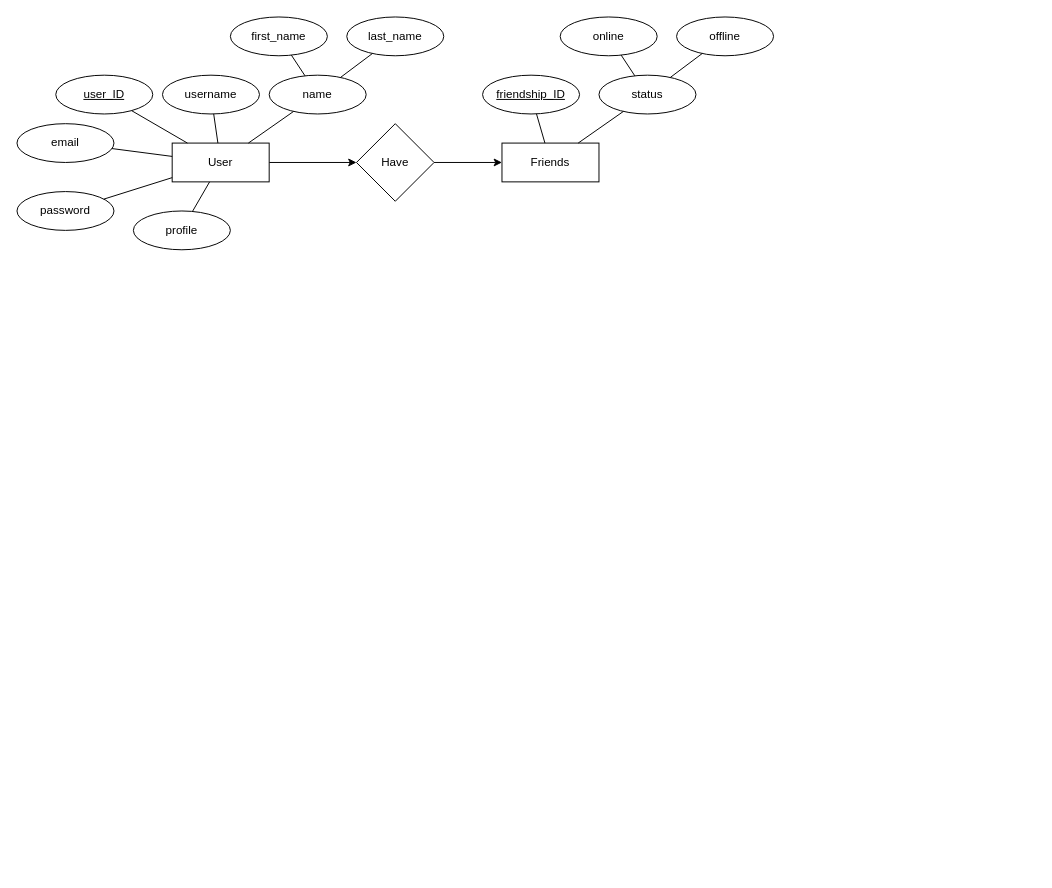
Before: Draw.io/ChatApplication.drawio in Vishwanath61/21CS210-DBMS-LAB, a draw.io diagram. Source tidied: cells renumbered, new cells numbered last; positions are measured from the earlier drawing's top-left corner, leaving out a move shared by most shapes. Both pictures are drawn from the tidied source at 97%, with x=0, y=0 at pixel (16, 16).
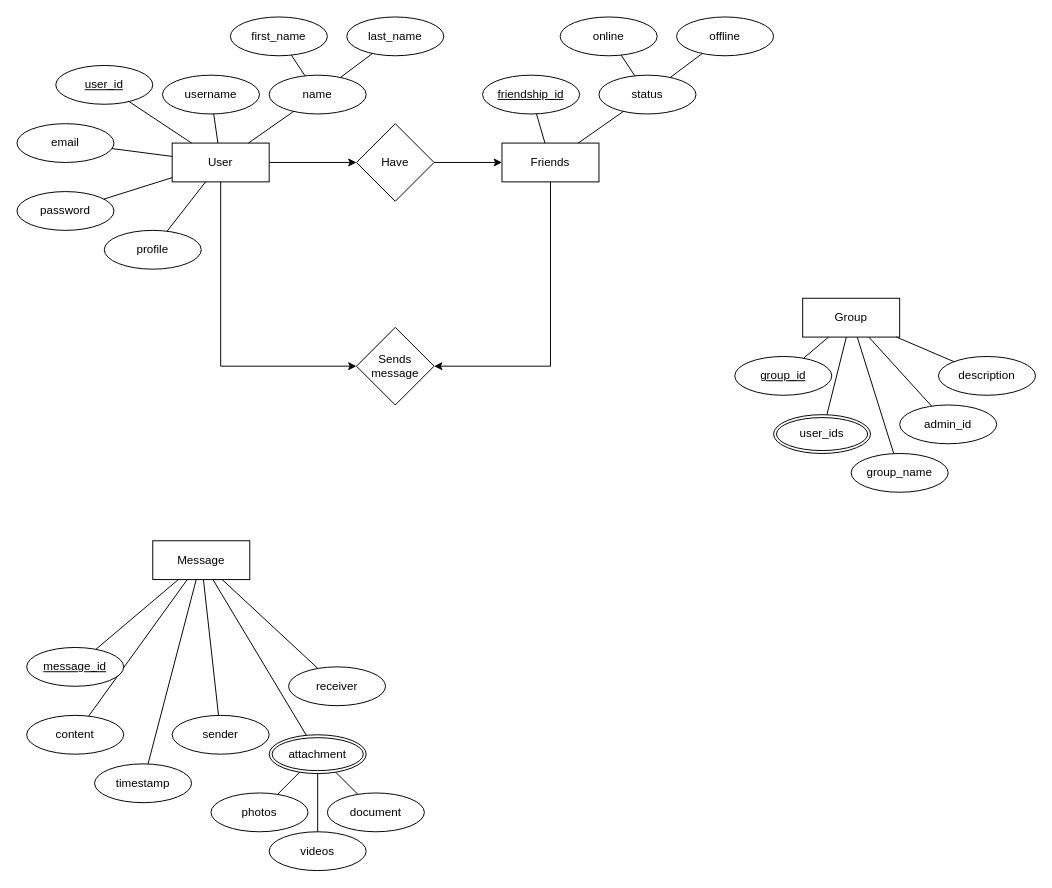
The same page after the edit.

The edit, as a diff of the source:
```diff
@@
-    <mxCell id="5" style="group;" parent="1" vertex="1">
-      <mxGeometry width="440" height="240" as="geometry" />
-    </mxCell>
+    <mxCell id="23" style="group;" parent="1" vertex="1">
+      <mxGeometry x="480" width="300" height="170" as="geometry" />
+    </mxCell>
+    <mxCell id="24" value="Friends" style="whiteSpace=wrap;html=1;" parent="23" vertex="1">
+      <mxGeometry x="20" y="130" width="100" height="40" as="geometry" />
+    </mxCell>
+    <mxCell id="25" value="friendship_id" style="ellipse;whiteSpace=wrap;html=1;align=center;fontStyle=4;" parent="23" vertex="1">
+      <mxGeometry y="60" width="100" height="40" as="geometry" />
+    </mxCell>
+    <mxCell id="26" value="status" style="ellipse;whiteSpace=wrap;html=1;align=center;" parent="23" vertex="1">
+      <mxGeometry x="120" y="60" width="100" height="40" as="geometry" />
+    </mxCell>
+    <mxCell id="27" value="offline" style="ellipse;whiteSpace=wrap;html=1;align=center;" parent="23" vertex="1">
+      <mxGeometry x="200" width="100" height="40" as="geometry" />
+    </mxCell>
+    <mxCell id="28" value="online" style="ellipse;whiteSpace=wrap;html=1;align=center;" parent="23" vertex="1">
+      <mxGeometry x="80" width="100" height="40" as="geometry" />
+    </mxCell>
+    <mxCell id="29" style="endArrow=none;html=1;rounded=0;" parent="23" edge="1" source="24" target="26">
+      <mxGeometry relative="1" as="geometry" />
+    </mxCell>
+    <mxCell id="30" style="endArrow=none;html=1;rounded=0;" parent="23" edge="1" source="25" target="24">
+      <mxGeometry relative="1" as="geometry" />
+    </mxCell>
+    <mxCell id="31" style="endArrow=none;html=1;rounded=0;" parent="23" edge="1" source="26" target="27">
+      <mxGeometry relative="1" as="geometry" />
+    </mxCell>
+    <mxCell id="32" style="endArrow=none;html=1;rounded=0;" parent="23" edge="1" source="26" target="28">
+      <mxGeometry relative="1" as="geometry" />
+    </mxCell>
+    <mxCell id="33" style="group;" parent="1" vertex="1">
+      <mxGeometry width="440" height="260" as="geometry" />
+    </mxCell>
-    <mxCell id="6" value="User" style="whiteSpace=wrap;html=1;align=center;" parent="5" vertex="1">
+    <mxCell id="6" value="User" style="whiteSpace=wrap;html=1;align=center;" parent="33" vertex="1">
       <mxGeometry x="160" y="130" width="100" height="40" as="geometry" />
     </mxCell>
-    <mxCell id="7" value="user_ID" style="ellipse;whiteSpace=wrap;html=1;align=center;fontStyle=4;" parent="5" vertex="1">
-      <mxGeometry x="40" y="60" width="100" height="40" as="geometry" />
+    <mxCell id="7" value="user_id" style="ellipse;whiteSpace=wrap;html=1;align=center;fontStyle=4;" parent="33" vertex="1">
+      <mxGeometry x="40" y="50" width="100" height="40" as="geometry" />
     </mxCell>
-    <mxCell id="8" value="last_name" style="ellipse;whiteSpace=wrap;html=1;align=center;" parent="5" vertex="1">
+    <mxCell id="8" value="last_name" style="ellipse;whiteSpace=wrap;html=1;align=center;" parent="33" vertex="1">
       <mxGeometry x="340" width="100" height="40" as="geometry" />
     </mxCell>
-    <mxCell id="9" value="name" style="ellipse;whiteSpace=wrap;html=1;align=center;" parent="5" vertex="1">
+    <mxCell id="9" value="name" style="ellipse;whiteSpace=wrap;html=1;align=center;" parent="33" vertex="1">
       <mxGeometry x="260" y="60" width="100" height="40" as="geometry" />
     </mxCell>
-    <mxCell id="10" value="username" style="ellipse;whiteSpace=wrap;html=1;align=center;" parent="5" vertex="1">
+    <mxCell id="10" value="username" style="ellipse;whiteSpace=wrap;html=1;align=center;" parent="33" vertex="1">
       <mxGeometry x="150" y="60" width="100" height="40" as="geometry" />
     </mxCell>
-    <mxCell id="11" value="first_name" style="ellipse;whiteSpace=wrap;html=1;align=center;" parent="5" vertex="1">
+    <mxCell id="11" value="first_name" style="ellipse;whiteSpace=wrap;html=1;align=center;" parent="33" vertex="1">
       <mxGeometry x="220" width="100" height="40" as="geometry" />
     </mxCell>
-    <mxCell id="12" style="endArrow=none;html=1;rounded=0;" parent="5" edge="1" source="9" target="11">
+    <mxCell id="12" style="endArrow=none;html=1;rounded=0;" parent="33" edge="1" source="9" target="11">
       <mxGeometry relative="1" as="geometry" />
     </mxCell>
-    <mxCell id="13" style="endArrow=none;html=1;rounded=0;" parent="5" edge="1" source="9" target="8">
+    <mxCell id="13" style="endArrow=none;html=1;rounded=0;" parent="33" edge="1" source="9" target="8">
       <mxGeometry relative="1" as="geometry" />
     </mxCell>
-    <mxCell id="14" value="email" style="ellipse;whiteSpace=wrap;html=1;align=center;" parent="5" vertex="1">
+    <mxCell id="14" value="email" style="ellipse;whiteSpace=wrap;html=1;align=center;" parent="33" vertex="1">
       <mxGeometry y="110" width="100" height="40" as="geometry" />
     </mxCell>
-    <mxCell id="15" value="password" style="ellipse;whiteSpace=wrap;html=1;align=center;" parent="5" vertex="1">
+    <mxCell id="15" value="password" style="ellipse;whiteSpace=wrap;html=1;align=center;" parent="33" vertex="1">
       <mxGeometry y="180" width="100" height="40" as="geometry" />
     </mxCell>
-    <mxCell id="16" value="profile" style="ellipse;whiteSpace=wrap;html=1;align=center;" parent="5" vertex="1">
-      <mxGeometry x="120" y="200" width="100" height="40" as="geometry" />
+    <mxCell id="16" value="profile" style="ellipse;whiteSpace=wrap;html=1;align=center;" parent="33" vertex="1">
+      <mxGeometry x="90" y="220" width="100" height="40" as="geometry" />
     </mxCell>
-    <mxCell id="17" style="endArrow=none;html=1;rounded=0;" parent="5" edge="1" source="6" target="9">
+    <mxCell id="17" style="endArrow=none;html=1;rounded=0;" parent="33" edge="1" source="6" target="9">
       <mxGeometry relative="1" as="geometry" />
     </mxCell>
-    <mxCell id="18" style="endArrow=none;html=1;rounded=0;" parent="5" edge="1" source="10" target="6">
+    <mxCell id="18" style="endArrow=none;html=1;rounded=0;" parent="33" edge="1" source="10" target="6">
       <mxGeometry relative="1" as="geometry" />
     </mxCell>
-    <mxCell id="19" style="endArrow=none;html=1;rounded=0;" parent="5" edge="1" source="15" target="6">
+    <mxCell id="19" style="endArrow=none;html=1;rounded=0;" parent="33" edge="1" source="15" target="6">
       <mxGeometry relative="1" as="geometry" />
     </mxCell>
-    <mxCell id="20" style="endArrow=none;html=1;rounded=0;" parent="5" edge="1" source="7" target="6">
+    <mxCell id="20" style="endArrow=none;html=1;rounded=0;" parent="33" edge="1" source="7" target="6">
       <mxGeometry relative="1" as="geometry" />
     </mxCell>
-    <mxCell id="21" style="endArrow=none;html=1;rounded=0;" parent="5" edge="1" source="14" target="6">
+    <mxCell id="21" style="endArrow=none;html=1;rounded=0;" parent="33" edge="1" source="14" target="6">
       <mxGeometry relative="1" as="geometry" />
     </mxCell>
-    <mxCell id="22" style="endArrow=none;html=1;rounded=0;" parent="5" edge="1" source="16" target="6">
+    <mxCell id="22" style="endArrow=none;html=1;rounded=0;" parent="33" edge="1" source="16" target="6">
       <mxGeometry relative="1" as="geometry" />
     </mxCell>
-    <mxCell id="23" style="group;" parent="1" vertex="1">
-      <mxGeometry x="480" width="300" height="170" as="geometry" />
-    </mxCell>
-    <mxCell id="24" value="Friends" style="whiteSpace=wrap;html=1;" parent="23" vertex="1">
-      <mxGeometry x="20" y="130" width="100" height="40" as="geometry" />
-    </mxCell>
-    <mxCell id="25" value="friendship_ID" style="ellipse;whiteSpace=wrap;html=1;align=center;fontStyle=4;" parent="23" vertex="1">
-      <mxGeometry y="60" width="100" height="40" as="geometry" />
-    </mxCell>
-    <mxCell id="26" value="status" style="ellipse;whiteSpace=wrap;html=1;align=center;" parent="23" vertex="1">
-      <mxGeometry x="120" y="60" width="100" height="40" as="geometry" />
-    </mxCell>
-    <mxCell id="27" value="offline" style="ellipse;whiteSpace=wrap;html=1;align=center;" parent="23" vertex="1">
-      <mxGeometry x="200" width="100" height="40" as="geometry" />
-    </mxCell>
-    <mxCell id="28" value="online" style="ellipse;whiteSpace=wrap;html=1;align=center;" parent="23" vertex="1">
-      <mxGeometry x="80" width="100" height="40" as="geometry" />
-    </mxCell>
-    <mxCell id="29" style="endArrow=none;html=1;rounded=0;" parent="23" edge="1" source="24" target="26">
-      <mxGeometry relative="1" as="geometry" />
-    </mxCell>
-    <mxCell id="30" style="endArrow=none;html=1;rounded=0;" parent="23" edge="1" source="25" target="24">
-      <mxGeometry relative="1" as="geometry" />
-    </mxCell>
-    <mxCell id="31" style="endArrow=none;html=1;rounded=0;" parent="23" edge="1" source="26" target="27">
-      <mxGeometry relative="1" as="geometry" />
-    </mxCell>
-    <mxCell id="32" style="endArrow=none;html=1;rounded=0;" parent="23" edge="1" source="26" target="28">
-      <mxGeometry relative="1" as="geometry" />
-    </mxCell>
+    <mxCell id="34" value="Sends&lt;br&gt;message" style="rhombus;whiteSpace=wrap;html=1;" parent="1" vertex="1">
+      <mxGeometry x="350" y="320" width="80" height="80" as="geometry" />
+    </mxCell>
+    <mxCell id="35" style="edgeStyle=orthogonalEdgeStyle;rounded=0;jettySize=auto;html=1;entryX=0;entryY=0.5;entryDx=0;entryDy=0;" parent="1" edge="1" source="6" target="34">
+      <mxGeometry relative="1" as="geometry">
+        <Array as="points">
+          <mxPoint x="210" y="360" />
+        </Array>
+      </mxGeometry>
+    </mxCell>
+    <mxCell id="36" style="edgeStyle=orthogonalEdgeStyle;rounded=0;jettySize=auto;html=1;entryX=1;entryY=0.5;entryDx=0;entryDy=0;" parent="1" edge="1" source="24" target="34">
+      <mxGeometry relative="1" as="geometry">
+        <Array as="points">
+          <mxPoint x="550" y="360" />
+        </Array>
+      </mxGeometry>
+    </mxCell>
+    <mxCell id="37" style="group;" parent="1" vertex="1">
+      <mxGeometry x="10" y="540" width="410" height="340" as="geometry" />
+    </mxCell>
+    <mxCell id="38" value="Message" style="whiteSpace=wrap;html=1;" parent="37" vertex="1">
+      <mxGeometry x="130" width="100" height="40" as="geometry" />
+    </mxCell>
+    <mxCell id="39" style="endArrow=none;html=1;rounded=0;" parent="37" edge="1" source="38" target="45">
+      <mxGeometry relative="1" as="geometry" />
+    </mxCell>
+    <mxCell id="40" style="endArrow=none;html=1;rounded=0;" parent="37" edge="1" source="38" target="46">
+      <mxGeometry relative="1" as="geometry" />
+    </mxCell>
+    <mxCell id="41" style="endArrow=none;html=1;rounded=0;" parent="37" edge="1" source="48" target="38">
+      <mxGeometry relative="1" as="geometry" />
+    </mxCell>
+    <mxCell id="42" style="endArrow=none;html=1;rounded=0;" parent="37" edge="1" source="38" target="49">
+      <mxGeometry relative="1" as="geometry" />
+    </mxCell>
+    <mxCell id="43" style="endArrow=none;html=1;rounded=0;" parent="37" edge="1" source="38" target="51">
+      <mxGeometry relative="1" as="geometry" />
+    </mxCell>
+    <mxCell id="44" style="group;" parent="37" vertex="1">
+      <mxGeometry y="110" width="410" height="230" as="geometry" />
+    </mxCell>
+    <mxCell id="45" value="message_id" style="ellipse;whiteSpace=wrap;html=1;align=center;fontStyle=4;" parent="44" vertex="1">
+      <mxGeometry width="100" height="40" as="geometry" />
+    </mxCell>
+    <mxCell id="46" value="content" style="ellipse;whiteSpace=wrap;html=1;align=center;" parent="44" vertex="1">
+      <mxGeometry y="70" width="100" height="40" as="geometry" />
+    </mxCell>
+    <mxCell id="47" value="sender" style="ellipse;whiteSpace=wrap;html=1;align=center;" parent="44" vertex="1">
+      <mxGeometry x="150" y="70" width="100" height="40" as="geometry" />
+    </mxCell>
+    <mxCell id="48" value="timestamp" style="ellipse;whiteSpace=wrap;html=1;align=center;" parent="44" vertex="1">
+      <mxGeometry x="70" y="120" width="100" height="40" as="geometry" />
+    </mxCell>
+    <mxCell id="49" value="receiver" style="ellipse;whiteSpace=wrap;html=1;align=center;" parent="44" vertex="1">
+      <mxGeometry x="270" y="20" width="100" height="40" as="geometry" />
+    </mxCell>
+    <mxCell id="50" style="group;" parent="44" vertex="1">
+      <mxGeometry x="190" y="90" width="220" height="140" as="geometry" />
+    </mxCell>
+    <mxCell id="51" value="attachment" style="ellipse;shape=doubleEllipse;margin=3;whiteSpace=wrap;html=1;align=center;rotation=0;" parent="50" vertex="1">
+      <mxGeometry x="60" width="100" height="40" as="geometry" />
+    </mxCell>
+    <mxCell id="52" value="photos" style="ellipse;whiteSpace=wrap;html=1;align=center;rotation=0;" parent="50" vertex="1">
+      <mxGeometry y="60" width="100" height="40" as="geometry" />
+    </mxCell>
+    <mxCell id="53" value="videos" style="ellipse;whiteSpace=wrap;html=1;align=center;rotation=0;" parent="50" vertex="1">
+      <mxGeometry x="60" y="100" width="100" height="40" as="geometry" />
+    </mxCell>
+    <mxCell id="54" value="document" style="ellipse;whiteSpace=wrap;html=1;align=center;rotation=0;" parent="50" vertex="1">
+      <mxGeometry x="120" y="60" width="100" height="40" as="geometry" />
+    </mxCell>
+    <mxCell id="55" style="endArrow=none;html=1;rounded=0;" parent="50" edge="1" source="52" target="51">
+      <mxGeometry relative="1" as="geometry" />
+    </mxCell>
+    <mxCell id="56" style="endArrow=none;html=1;rounded=0;" parent="50" edge="1" source="51" target="53">
+      <mxGeometry relative="1" as="geometry" />
+    </mxCell>
+    <mxCell id="57" style="endArrow=none;html=1;rounded=0;" parent="50" edge="1" source="51" target="54">
+      <mxGeometry relative="1" as="geometry" />
+    </mxCell>
+    <mxCell id="58" style="endArrow=none;html=1;rounded=0;" parent="37" edge="1" source="38" target="47">
+      <mxGeometry relative="1" as="geometry" />
+    </mxCell>
+    <mxCell id="59" style="group;" parent="1" vertex="1">
+      <mxGeometry x="740" y="290" width="310" height="200" as="geometry" />
+    </mxCell>
+    <mxCell id="60" value="Group" style="whiteSpace=wrap;html=1;align=center;" parent="59" vertex="1">
+      <mxGeometry x="70" width="100" height="40" as="geometry" />
+    </mxCell>
+    <mxCell id="61" style="endArrow=none;html=1;rounded=0;" parent="59" edge="1" source="68" target="60">
+      <mxGeometry relative="1" as="geometry" />
+    </mxCell>
+    <mxCell id="62" style="endArrow=none;html=1;rounded=0;" parent="59" edge="1" source="71" target="60">
+      <mxGeometry relative="1" as="geometry" />
+    </mxCell>
+    <mxCell id="63" style="endArrow=none;html=1;rounded=0;" parent="59" edge="1" source="69" target="60">
+      <mxGeometry relative="1" as="geometry" />
+    </mxCell>
+    <mxCell id="64" style="endArrow=none;html=1;rounded=0;" parent="59" edge="1" source="67" target="60">
+      <mxGeometry relative="1" as="geometry" />
+    </mxCell>
+    <mxCell id="65" style="endArrow=none;html=1;rounded=0;" parent="59" edge="1" source="60" target="70">
+      <mxGeometry relative="1" as="geometry" />
+    </mxCell>
+    <mxCell id="66" style="group;" parent="59" vertex="1">
+      <mxGeometry y="60" width="310" height="140" as="geometry" />
+    </mxCell>
+    <mxCell id="67" value="group_name" style="ellipse;whiteSpace=wrap;html=1;align=center;" parent="66" vertex="1">
+      <mxGeometry x="120" y="100" width="100" height="40" as="geometry" />
+    </mxCell>
+    <mxCell id="68" value="group_id" style="ellipse;whiteSpace=wrap;html=1;align=center;fontStyle=4;" parent="66" vertex="1">
+      <mxGeometry width="100" height="40" as="geometry" />
+    </mxCell>
+    <mxCell id="69" value="description" style="ellipse;whiteSpace=wrap;html=1;align=center;" parent="66" vertex="1">
+      <mxGeometry x="210" width="100" height="40" as="geometry" />
+    </mxCell>
+    <mxCell id="70" value="admin_id" style="ellipse;whiteSpace=wrap;html=1;align=center;" parent="66" vertex="1">
+      <mxGeometry x="170" y="50" width="100" height="40" as="geometry" />
+    </mxCell>
+    <mxCell id="71" value="user_ids" style="ellipse;shape=doubleEllipse;margin=3;whiteSpace=wrap;html=1;align=center;" parent="66" vertex="1">
+      <mxGeometry x="40" y="60" width="100" height="40" as="geometry" />
+    </mxCell>
```
